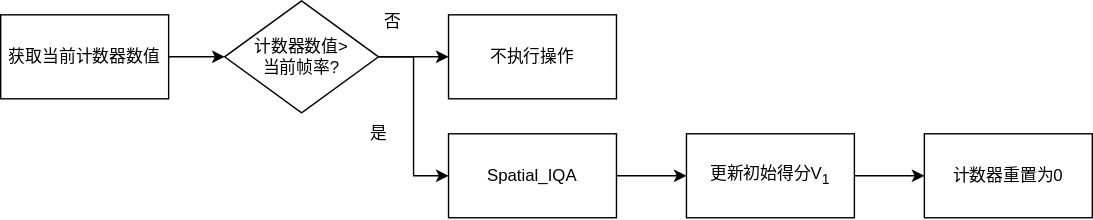
The draw.io diagram 初始得分更新模块.drawio.svg in hrf666666/FlowCharts, before a commit. Source tidied: cells renumbered, new cells last; positions are measured from the earlier drawing's top-left corner, leaving out a move shared by most shapes. The source it was exported from:
```xml
<mxGraphModel>
  <root>
    <mxCell id="0" />
    <mxCell id="1" parent="0" />
    <mxCell id="2" style="edgeStyle=orthogonalEdgeStyle;rounded=0;jettySize=auto;html=1;entryX=0;entryY=0.5;entryDx=0;entryDy=0;spacingTop=0;" parent="1" edge="1" source="4" target="5">
      <mxGeometry relative="1" as="geometry" />
    </mxCell>
    <mxCell id="3" style="edgeStyle=orthogonalEdgeStyle;rounded=0;jettySize=auto;html=1;entryX=0;entryY=0.5;entryDx=0;entryDy=0;spacingTop=0;" parent="1" edge="1" source="4" target="7">
      <mxGeometry relative="1" as="geometry" />
    </mxCell>
    <mxCell id="4" value="计数器数值&amp;gt;&lt;br&gt;当前帧率?" style="rhombus;whiteSpace=wrap;html=1;spacingTop=0;" parent="1" vertex="1">
      <mxGeometry x="160" width="110" height="80" as="geometry" />
    </mxCell>
    <mxCell id="5" value="不执行操作" style="rounded=0;whiteSpace=wrap;html=1;spacingTop=0;" parent="1" vertex="1">
      <mxGeometry x="320" y="10" width="120" height="60" as="geometry" />
    </mxCell>
    <mxCell id="6" style="edgeStyle=orthogonalEdgeStyle;rounded=0;jettySize=auto;html=1;entryX=0;entryY=0.5;entryDx=0;entryDy=0;spacingTop=0;" parent="1" edge="1" source="7" target="9">
      <mxGeometry relative="1" as="geometry" />
    </mxCell>
    <mxCell id="7" value="Spatial_IQA" style="rounded=0;whiteSpace=wrap;html=1;spacingTop=0;" parent="1" vertex="1">
      <mxGeometry x="320" y="95" width="120" height="60" as="geometry" />
    </mxCell>
    <mxCell id="8" style="edgeStyle=orthogonalEdgeStyle;rounded=0;jettySize=auto;html=1;entryX=0;entryY=0.5;entryDx=0;entryDy=0;" parent="1" edge="1" source="9" target="14">
      <mxGeometry relative="1" as="geometry" />
    </mxCell>
    <mxCell id="9" value="更新初始得分V&lt;sub&gt;1&lt;/sub&gt;" style="rounded=0;whiteSpace=wrap;html=1;spacingTop=0;" parent="1" vertex="1">
      <mxGeometry x="490" y="95" width="120" height="60" as="geometry" />
    </mxCell>
    <mxCell id="10" value="否" style="text;html=1;align=center;verticalAlign=middle;strokeColor=none;fillColor=none;spacingTop=0;" parent="1" vertex="1">
      <mxGeometry x="260" width="40" height="30" as="geometry" />
    </mxCell>
    <mxCell id="11" value="是" style="text;html=1;align=center;verticalAlign=middle;strokeColor=none;fillColor=none;spacingTop=0;" parent="1" vertex="1">
      <mxGeometry x="250" y="80" width="40" height="30" as="geometry" />
    </mxCell>
    <mxCell id="12" style="edgeStyle=orthogonalEdgeStyle;rounded=0;jettySize=auto;html=1;entryX=0;entryY=0.5;entryDx=0;entryDy=0;" parent="1" edge="1" source="13" target="4">
      <mxGeometry relative="1" as="geometry" />
    </mxCell>
    <mxCell id="13" value="获取当前计数器数值" style="rounded=0;whiteSpace=wrap;html=1;" parent="1" vertex="1">
      <mxGeometry y="10" width="120" height="60" as="geometry" />
    </mxCell>
    <mxCell id="14" value="计数器重置为0" style="rounded=0;whiteSpace=wrap;html=1;" parent="1" vertex="1">
      <mxGeometry x="660" y="95" width="120" height="60" as="geometry" />
    </mxCell>
  </root>
</mxGraphModel>
```
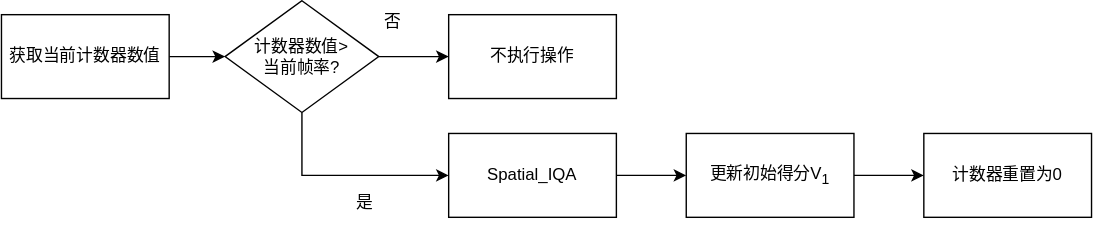
Above is the later version.

Commit message:
更新初始得分更新模块.drawio.svg

The edit, as a diff of the source:
```diff
@@ -5,7 +5,7 @@
     <mxCell id="2" style="edgeStyle=orthogonalEdgeStyle;rounded=0;jettySize=auto;html=1;entryX=0;entryY=0.5;entryDx=0;entryDy=0;spacingTop=0;" parent="1" edge="1" source="4" target="5">
       <mxGeometry relative="1" as="geometry" />
     </mxCell>
-    <mxCell id="3" style="edgeStyle=orthogonalEdgeStyle;rounded=0;jettySize=auto;html=1;entryX=0;entryY=0.5;entryDx=0;entryDy=0;spacingTop=0;" parent="1" edge="1" source="4" target="7">
+    <mxCell id="3" style="edgeStyle=orthogonalEdgeStyle;rounded=0;jettySize=auto;html=1;entryX=0;entryY=0.5;entryDx=0;entryDy=0;spacingTop=0;exitX=0.5;exitY=1;exitDx=0;exitDy=0;" parent="1" edge="1" source="4" target="7">
       <mxGeometry relative="1" as="geometry" />
     </mxCell>
     <mxCell id="4" value="计数器数值&amp;gt;&lt;br&gt;当前帧率?" style="rhombus;whiteSpace=wrap;html=1;spacingTop=0;" parent="1" vertex="1">
@@ -30,7 +30,7 @@
       <mxGeometry x="260" width="40" height="30" as="geometry" />
     </mxCell>
     <mxCell id="11" value="是" style="text;html=1;align=center;verticalAlign=middle;strokeColor=none;fillColor=none;spacingTop=0;" parent="1" vertex="1">
-      <mxGeometry x="250" y="80" width="40" height="30" as="geometry" />
+      <mxGeometry x="240" y="130" width="40" height="30" as="geometry" />
     </mxCell>
     <mxCell id="12" style="edgeStyle=orthogonalEdgeStyle;rounded=0;jettySize=auto;html=1;entryX=0;entryY=0.5;entryDx=0;entryDy=0;" parent="1" edge="1" source="13" target="4">
       <mxGeometry relative="1" as="geometry" />
```
